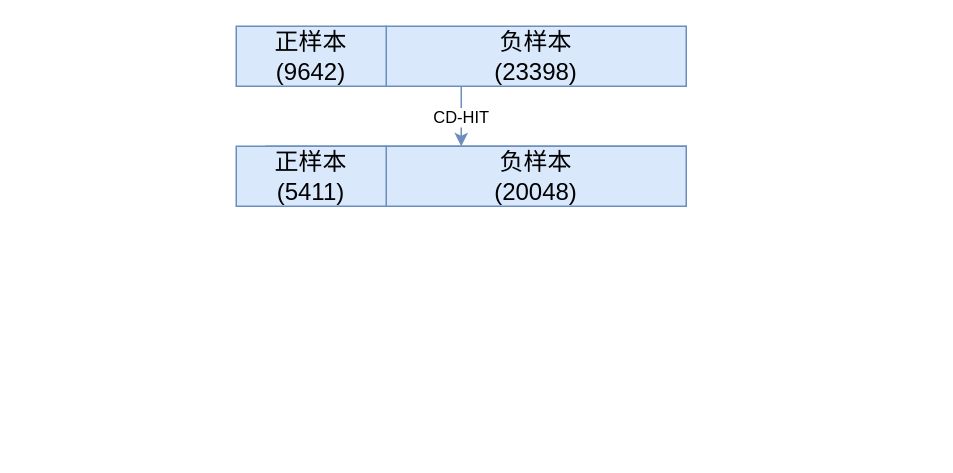
The draw.io diagram dataser.drawio in kaze-0/figure, before the edit. Source tidied: cells renumbered, new cells numbered last; positions are measured from the earlier drawing's top-left corner, leaving out a move shared by most shapes. Both pictures are drawn from the tidied source at 150%, with x=0, y=0 at pixel (236, 26).
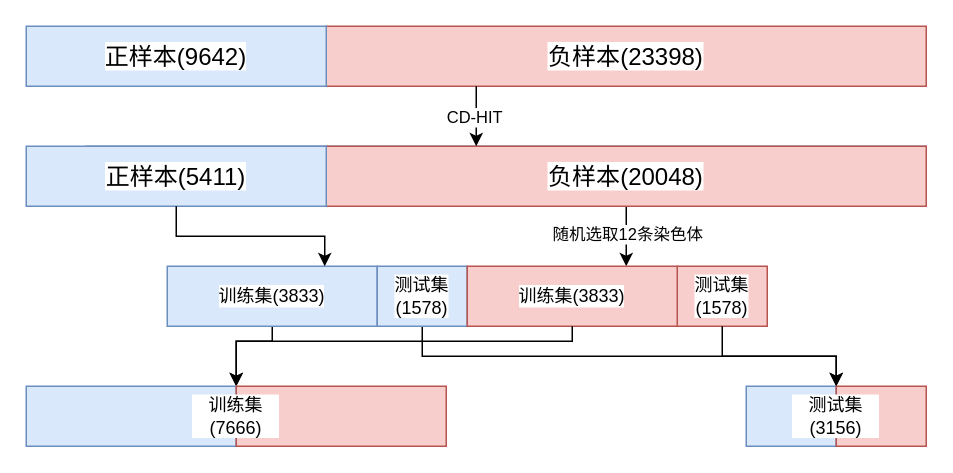
The same page after the edit.

The edit, as a diff of the source:
```diff
@@
+    <mxCell id="11" style="group;labelBackgroundColor=default;" parent="1" vertex="1">
+      <mxGeometry x="-140" width="600" height="160" as="geometry" />
+    </mxCell>
-    <mxCell id="2" style="group;" parent="1" vertex="1">
-      <mxGeometry width="300" height="40" as="geometry" />
+    <mxCell id="2" style="group;labelBackgroundColor=default;" parent="11" vertex="1">
+      <mxGeometry width="600" height="40" as="geometry" />
     </mxCell>
-    <mxCell id="3" value="&lt;span style=&quot;background-color: initial; font-size: 16px;&quot;&gt;负样本&lt;/span&gt;&lt;div style=&quot;font-size: 16px;&quot;&gt;&lt;span style=&quot;background-color: initial; font-size: 16px;&quot;&gt;(23398)&lt;/span&gt;&lt;/div&gt;" style="rounded=0;whiteSpace=wrap;html=1;fillColor=#dae8fc;strokeColor=#6c8ebf;fontSize=16;" parent="2" vertex="1">
-      <mxGeometry x="100" width="200" height="40" as="geometry" />
+    <mxCell id="3" value="&lt;span style=&quot;font-size: 16px;&quot;&gt;负样本&lt;/span&gt;&lt;span style=&quot;&quot;&gt;(23398)&lt;/span&gt;" style="rounded=0;whiteSpace=wrap;html=1;fillColor=#f8cecc;strokeColor=#b85450;fontSize=16;labelBackgroundColor=default;" parent="2" vertex="1">
+      <mxGeometry x="200" width="400" height="40" as="geometry" />
     </mxCell>
-    <mxCell id="4" value="&lt;span style=&quot;background-color: initial; font-size: 16px;&quot;&gt;正样本&lt;/span&gt;&lt;div style=&quot;font-size: 16px;&quot;&gt;&lt;span style=&quot;background-color: initial; font-size: 16px;&quot;&gt;(9642)&lt;/span&gt;&lt;/div&gt;" style="rounded=0;whiteSpace=wrap;html=1;fillColor=#dae8fc;strokeColor=#6c8ebf;fontSize=16;" parent="2" vertex="1">
-      <mxGeometry width="100" height="40" as="geometry" />
+    <mxCell id="4" value="&lt;span style=&quot;font-size: 16px;&quot;&gt;正样本&lt;/span&gt;&lt;span style=&quot;&quot;&gt;(9642)&lt;/span&gt;" style="rounded=0;whiteSpace=wrap;html=1;fillColor=#dae8fc;strokeColor=#6c8ebf;fontSize=16;labelBackgroundColor=default;" parent="2" vertex="1">
+      <mxGeometry width="200" height="40" as="geometry" />
     </mxCell>
-    <mxCell id="5" style="group;" parent="1" vertex="1">
-      <mxGeometry y="80" width="300" height="40" as="geometry" />
+    <mxCell id="5" style="group;labelBackgroundColor=default;" parent="11" vertex="1">
+      <mxGeometry y="80" width="600" height="80" as="geometry" />
     </mxCell>
-    <mxCell id="6" style="group;fillColor=#dae8fc;strokeColor=#6c8ebf;" parent="5" vertex="1">
-      <mxGeometry x="20" width="280" height="40" as="geometry" />
+    <mxCell id="6" style="group;fillColor=#dae8fc;strokeColor=#6c8ebf;labelBackgroundColor=default;" parent="5" vertex="1">
+      <mxGeometry x="40" width="560" height="40" as="geometry" />
     </mxCell>
+    <mxCell id="12" style="edgeStyle=orthogonalEdgeStyle;rounded=0;jettySize=auto;html=1;labelBackgroundColor=default;" parent="5" edge="1" source="7">
+      <mxGeometry relative="1" as="geometry">
+        <mxPoint x="400" y="80" as="targetPoint" />
+      </mxGeometry>
+    </mxCell>
+    <mxCell id="13" value="随机选取12条染色体" style="edgeLabel;html=1;align=center;verticalAlign=middle;labelBackgroundColor=default;" parent="12" vertex="1">
+      <mxGeometry x="-0.1" y="-1" relative="1" as="geometry">
+        <mxPoint x="1" as="offset" />
+      </mxGeometry>
+    </mxCell>
-    <mxCell id="7" value="&lt;span style=&quot;background-color: initial; font-size: 16px;&quot;&gt;负样本&lt;/span&gt;&lt;div style=&quot;font-size: 16px;&quot;&gt;&lt;span style=&quot;background-color: initial; font-size: 16px;&quot;&gt;(20048)&lt;/span&gt;&lt;/div&gt;" style="rounded=0;whiteSpace=wrap;html=1;fillColor=#dae8fc;strokeColor=#6c8ebf;fontSize=16;" parent="5" vertex="1">
-      <mxGeometry x="100" width="200" height="40" as="geometry" />
+    <mxCell id="7" value="&lt;span style=&quot;font-size: 16px;&quot;&gt;负样本&lt;/span&gt;&lt;span style=&quot;&quot;&gt;(20048)&lt;/span&gt;" style="rounded=0;whiteSpace=wrap;html=1;fillColor=#f8cecc;strokeColor=#b85450;fontSize=16;labelBackgroundColor=default;" parent="5" vertex="1">
+      <mxGeometry x="200" width="400" height="40" as="geometry" />
     </mxCell>
-    <mxCell id="8" value="&lt;span style=&quot;background-color: initial; font-size: 16px;&quot;&gt;正样本&lt;/span&gt;&lt;div style=&quot;font-size: 16px;&quot;&gt;&lt;span style=&quot;background-color: initial; font-size: 16px;&quot;&gt;(5411)&lt;/span&gt;&lt;/div&gt;" style="rounded=0;whiteSpace=wrap;html=1;fillColor=#dae8fc;strokeColor=#6c8ebf;fontSize=16;" parent="5" vertex="1">
-      <mxGeometry width="100" height="40" as="geometry" />
+    <mxCell id="8" value="&lt;span style=&quot;font-size: 16px;&quot;&gt;正样本&lt;/span&gt;&lt;span style=&quot;&quot;&gt;(5411)&lt;/span&gt;" style="rounded=0;whiteSpace=wrap;html=1;fillColor=#dae8fc;strokeColor=#6c8ebf;fontSize=16;labelBackgroundColor=default;" parent="5" vertex="1">
+      <mxGeometry width="200" height="40" as="geometry" />
     </mxCell>
-    <mxCell id="9" style="endArrow=classic;html=1;rounded=0;exitX=0.25;exitY=1;exitDx=0;exitDy=0;entryX=0.25;entryY=0;entryDx=0;entryDy=0;fillColor=#dae8fc;strokeColor=#6c8ebf;" parent="1" edge="1" source="3" target="7">
+    <mxCell id="9" style="endArrow=classic;html=1;rounded=0;exitX=0.25;exitY=1;exitDx=0;exitDy=0;entryX=0.25;entryY=0;entryDx=0;entryDy=0;fillColor=#dae8fc;strokeColor=#000000;labelBackgroundColor=default;" parent="11" edge="1" source="3" target="7">
       <mxGeometry relative="1" as="geometry" />
     </mxCell>
@@
+    <mxCell id="14" style="edgeStyle=orthogonalEdgeStyle;rounded=0;jettySize=auto;html=1;entryX=0;entryY=0;entryDx=0;entryDy=0;labelBackgroundColor=default;" parent="1" edge="1" source="15" target="28">
+      <mxGeometry relative="1" as="geometry">
+        <Array as="points">
+          <mxPoint x="24" y="210" />
+          <mxPoint y="210" />
+        </Array>
+      </mxGeometry>
+    </mxCell>
+    <mxCell id="15" value="训练集&lt;span style=&quot;&quot;&gt;(3833)&lt;/span&gt;" style="rounded=0;whiteSpace=wrap;html=1;fillColor=#dae8fc;strokeColor=#6c8ebf;labelBackgroundColor=default;" parent="1" vertex="1">
+      <mxGeometry x="-46" y="160" width="140" height="40" as="geometry" />
+    </mxCell>
+    <mxCell id="16" style="edgeStyle=orthogonalEdgeStyle;rounded=0;jettySize=auto;html=1;labelBackgroundColor=default;" parent="1" edge="1" source="17" target="22">
+      <mxGeometry relative="1" as="geometry">
+        <Array as="points">
+          <mxPoint x="124" y="220" />
+          <mxPoint x="400" y="220" />
+        </Array>
+      </mxGeometry>
+    </mxCell>
+    <mxCell id="17" value="测试集&lt;div&gt;(1578)&lt;/div&gt;" style="rounded=0;whiteSpace=wrap;html=1;fillColor=#dae8fc;strokeColor=#6c8ebf;labelBackgroundColor=default;" parent="1" vertex="1">
+      <mxGeometry x="94" y="160" width="60" height="40" as="geometry" />
+    </mxCell>
+    <mxCell id="18" style="group;labelBackgroundColor=default;" parent="1" vertex="1">
+      <mxGeometry x="154" y="160" width="200" height="40" as="geometry" />
+    </mxCell>
+    <mxCell id="19" value="测试集&lt;div&gt;(1578)&lt;/div&gt;" style="rounded=0;whiteSpace=wrap;html=1;fillColor=#f8cecc;strokeColor=#b85450;labelBackgroundColor=default;" parent="18" vertex="1">
+      <mxGeometry x="140" width="60" height="40" as="geometry" />
+    </mxCell>
+    <mxCell id="20" value="训练集(3833)" style="rounded=0;whiteSpace=wrap;html=1;fillColor=#f8cecc;strokeColor=#b85450;labelBackgroundColor=default;" parent="18" vertex="1">
+      <mxGeometry width="140" height="40" as="geometry" />
+    </mxCell>
+    <mxCell id="21" style="edgeStyle=orthogonalEdgeStyle;rounded=0;jettySize=auto;html=1;entryX=0.75;entryY=0;entryDx=0;entryDy=0;labelBackgroundColor=default;" parent="1" edge="1" source="8" target="15">
+      <mxGeometry relative="1" as="geometry" />
+    </mxCell>
+    <mxCell id="22" style="rounded=0;whiteSpace=wrap;html=1;fillColor=#dae8fc;strokeColor=#6c8ebf;labelBackgroundColor=default;" parent="1" vertex="1">
+      <mxGeometry x="340" y="240" width="60" height="40" as="geometry" />
+    </mxCell>
+    <mxCell id="23" style="rounded=0;whiteSpace=wrap;html=1;fillColor=#f8cecc;strokeColor=#b85450;labelBackgroundColor=default;" parent="1" vertex="1">
+      <mxGeometry x="400" y="240" width="60" height="40" as="geometry" />
+    </mxCell>
+    <mxCell id="24" style="edgeStyle=orthogonalEdgeStyle;rounded=0;jettySize=auto;html=1;entryX=0;entryY=0;entryDx=0;entryDy=0;labelBackgroundColor=default;" parent="1" edge="1" source="20" target="28">
+      <mxGeometry relative="1" as="geometry">
+        <Array as="points">
+          <mxPoint x="224" y="210" />
+          <mxPoint y="210" />
+        </Array>
+      </mxGeometry>
+    </mxCell>
+    <mxCell id="25" style="edgeStyle=orthogonalEdgeStyle;rounded=0;jettySize=auto;html=1;entryX=0;entryY=0;entryDx=0;entryDy=0;labelBackgroundColor=default;" parent="1" edge="1" source="19" target="23">
+      <mxGeometry relative="1" as="geometry">
+        <Array as="points">
+          <mxPoint x="324" y="220" />
+          <mxPoint x="400" y="220" />
+        </Array>
+      </mxGeometry>
+    </mxCell>
+    <mxCell id="26" style="group;labelBackgroundColor=default;" parent="1" vertex="1">
+      <mxGeometry x="-140" y="240" width="280" height="40" as="geometry" />
+    </mxCell>
+    <mxCell id="27" style="rounded=0;whiteSpace=wrap;html=1;fillColor=#dae8fc;strokeColor=#6c8ebf;labelBackgroundColor=default;" parent="26" vertex="1">
+      <mxGeometry width="140" height="40" as="geometry" />
+    </mxCell>
+    <mxCell id="28" style="rounded=0;whiteSpace=wrap;html=1;fillColor=#f8cecc;strokeColor=#b85450;labelBackgroundColor=default;" parent="26" vertex="1">
+      <mxGeometry x="140" width="140" height="40" as="geometry" />
+    </mxCell>
+    <mxCell id="29" value="训练集(7666)" style="text;html=1;align=center;verticalAlign=middle;whiteSpace=wrap;rounded=0;labelBackgroundColor=default;" parent="26" vertex="1">
+      <mxGeometry x="110" y="5" width="60" height="30" as="geometry" />
+    </mxCell>
+    <mxCell id="30" value="测试集(3156)" style="text;html=1;align=center;verticalAlign=middle;whiteSpace=wrap;rounded=0;labelBackgroundColor=default;" parent="1" vertex="1">
+      <mxGeometry x="370" y="245" width="60" height="30" as="geometry" />
+    </mxCell>
```
